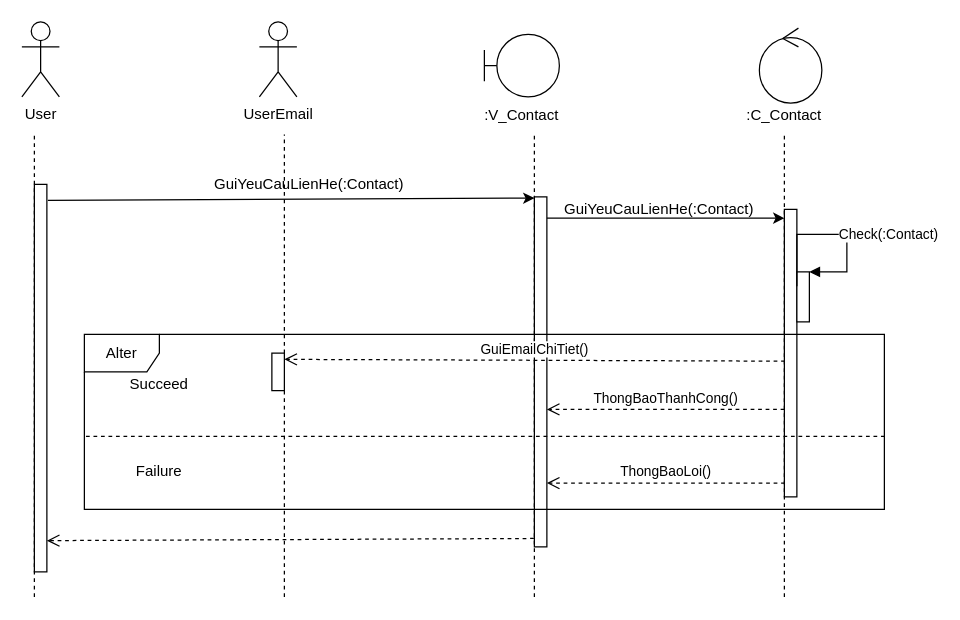
The draw.io diagram Sequence/Duy's Sequences/GuiYeuCauLienHe.drawio in hoangminh15/PTTKHT, before the edit. Source tidied: cells renumbered, new cells numbered last; positions are measured from the earlier drawing's top-left corner, leaving out a move shared by most shapes. Both pictures are drawn from the tidied source at 125%, with x=0, y=0 at pixel (21, 21).
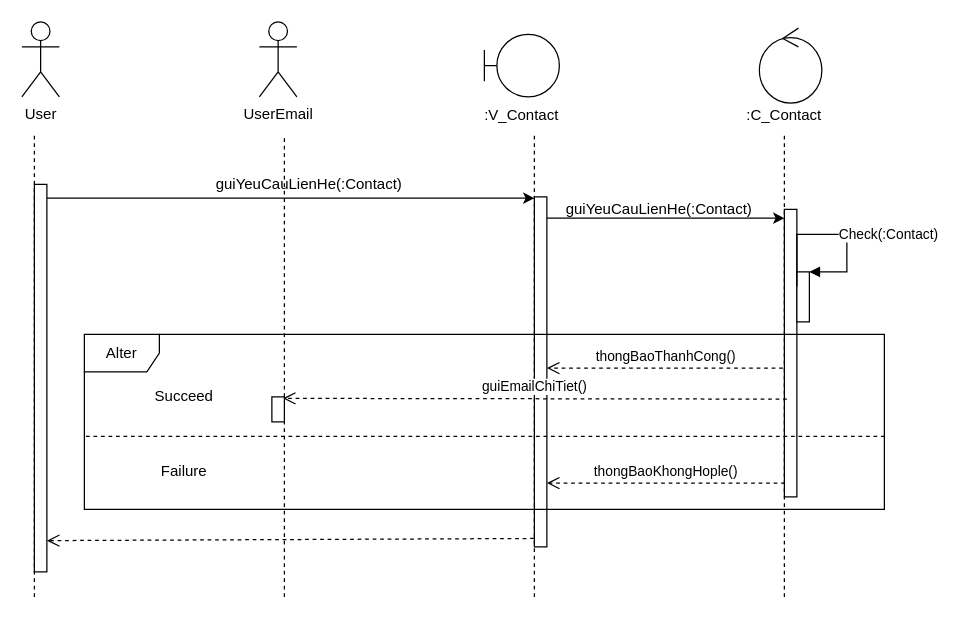
Above is the later version.

Unchanged cells that the change refers to:
```xml
<mxCell id="13" style="html=1;points=[];perimeter=orthogonalPerimeter;" parent="1" vertex="1">
  <mxGeometry x="610" y="150" width="10" height="230" as="geometry" />
</mxCell>
<mxCell id="14" style="html=1;points=[];perimeter=orthogonalPerimeter;" parent="1" vertex="1">
  <mxGeometry x="410" y="140" width="10" height="280" as="geometry" />
</mxCell>
<mxCell id="15" style="html=1;points=[];perimeter=orthogonalPerimeter;" parent="1" vertex="1">
  <mxGeometry x="10" y="130" width="10" height="310" as="geometry" />
</mxCell>
```

What changed in the source:
```diff
@@
-    <mxCell id="16" style="endArrow=classic;html=1;exitX=1.08;exitY=0.041;exitDx=0;exitDy=0;exitPerimeter=0;" parent="1" edge="1" source="15">
+    <mxCell id="16" style="endArrow=classic;html=1;" parent="1" edge="1">
       <mxGeometry relative="1" as="geometry">
+        <mxPoint x="20" y="141" as="sourcePoint" />
         <mxPoint x="410" y="141" as="targetPoint" />
       </mxGeometry>
     </mxCell>
-    <mxCell id="17" value="GuiYeuCauLienHe(:Contact)" style="text;html=1;strokeColor=none;fillColor=none;align=center;verticalAlign=middle;whiteSpace=wrap;rounded=0;" parent="1" vertex="1">
+    <mxCell id="17" value="guiYeuCauLienHe(:Contact)" style="text;html=1;strokeColor=none;fillColor=none;align=center;verticalAlign=middle;whiteSpace=wrap;rounded=0;" parent="1" vertex="1">
       <mxGeometry x="210" y="120" width="40" height="20" as="geometry" />
     </mxCell>
@@
-    <mxCell id="19" value="GuiYeuCauLienHe(:Contact)" style="text;html=1;strokeColor=none;fillColor=none;align=center;verticalAlign=middle;whiteSpace=wrap;rounded=0;" parent="1" vertex="1">
+    <mxCell id="19" value="guiYeuCauLienHe(:Contact)" style="text;html=1;strokeColor=none;fillColor=none;align=center;verticalAlign=middle;whiteSpace=wrap;rounded=0;" parent="1" vertex="1">
       <mxGeometry x="490" y="140" width="40" height="20" as="geometry" />
     </mxCell>
@@
-    <mxCell id="22" value="GuiEmailChiTiet()" style="html=1;verticalAlign=bottom;endArrow=open;dashed=1;endSize=8;exitX=0.04;exitY=0.528;exitDx=0;exitDy=0;exitPerimeter=0;" parent="1" edge="1" source="13">
-      <mxGeometry relative="1" as="geometry">
-        <mxPoint x="210" y="270" as="targetPoint" />
-      </mxGeometry>
+    <mxCell id="22" value="guiEmailChiTiet()" style="html=1;verticalAlign=bottom;endArrow=open;dashed=1;endSize=8;exitX=0.2;exitY=0.66;exitDx=0;exitDy=0;exitPerimeter=0;entryX=0.88;entryY=0.06;entryDx=0;entryDy=0;entryPerimeter=0;" parent="1" edge="1" source="13" target="27">
+      <mxGeometry relative="1" as="geometry" />
     </mxCell>
-    <mxCell id="23" value="ThongBaoThanhCong()" style="html=1;verticalAlign=bottom;endArrow=open;dashed=1;endSize=8;" parent="1" edge="1" target="14">
-      <mxGeometry relative="1" as="geometry">
-        <mxPoint x="610" y="310" as="sourcePoint" />
-      </mxGeometry>
-    </mxCell>
-    <mxCell id="24" value="ThongBaoLoi()" style="html=1;verticalAlign=bottom;endArrow=open;dashed=1;endSize=8;exitX=0.04;exitY=0.952;exitDx=0;exitDy=0;exitPerimeter=0;" parent="1" edge="1" source="13" target="14">
+    <mxCell id="24" value="thongBaoKhongHople()" style="html=1;verticalAlign=bottom;endArrow=open;dashed=1;endSize=8;exitX=0.04;exitY=0.952;exitDx=0;exitDy=0;exitPerimeter=0;" parent="1" edge="1" source="13" target="14">
       <mxGeometry relative="1" as="geometry" />
     </mxCell>
@@
     <mxCell id="27" style="html=1;points=[];perimeter=orthogonalPerimeter;" parent="1" vertex="1">
-      <mxGeometry x="200" y="265" width="10" height="30" as="geometry" />
+      <mxGeometry x="200" y="300" width="10" height="20" as="geometry" />
     </mxCell>
@@
     <mxCell id="30" value="Failure" style="text;html=1;strokeColor=none;fillColor=none;align=center;verticalAlign=middle;whiteSpace=wrap;rounded=0;" parent="1" vertex="1">
-      <mxGeometry x="90" y="350" width="40" height="20" as="geometry" />
+      <mxGeometry x="110" y="350" width="40" height="20" as="geometry" />
     </mxCell>
     <mxCell id="31" value="Succeed" style="text;html=1;strokeColor=none;fillColor=none;align=center;verticalAlign=middle;whiteSpace=wrap;rounded=0;" parent="1" vertex="1">
-      <mxGeometry x="90" y="280" width="40" height="20" as="geometry" />
+      <mxGeometry x="110" y="290" width="40" height="20" as="geometry" />
     </mxCell>
+    <mxCell id="32" value="thongBaoThanhCong()" style="html=1;verticalAlign=bottom;endArrow=open;dashed=1;endSize=8;exitX=-0.12;exitY=0.552;exitDx=0;exitDy=0;exitPerimeter=0;" parent="1" edge="1" source="13" target="14">
+      <mxGeometry relative="1" as="geometry" />
+    </mxCell>
```
